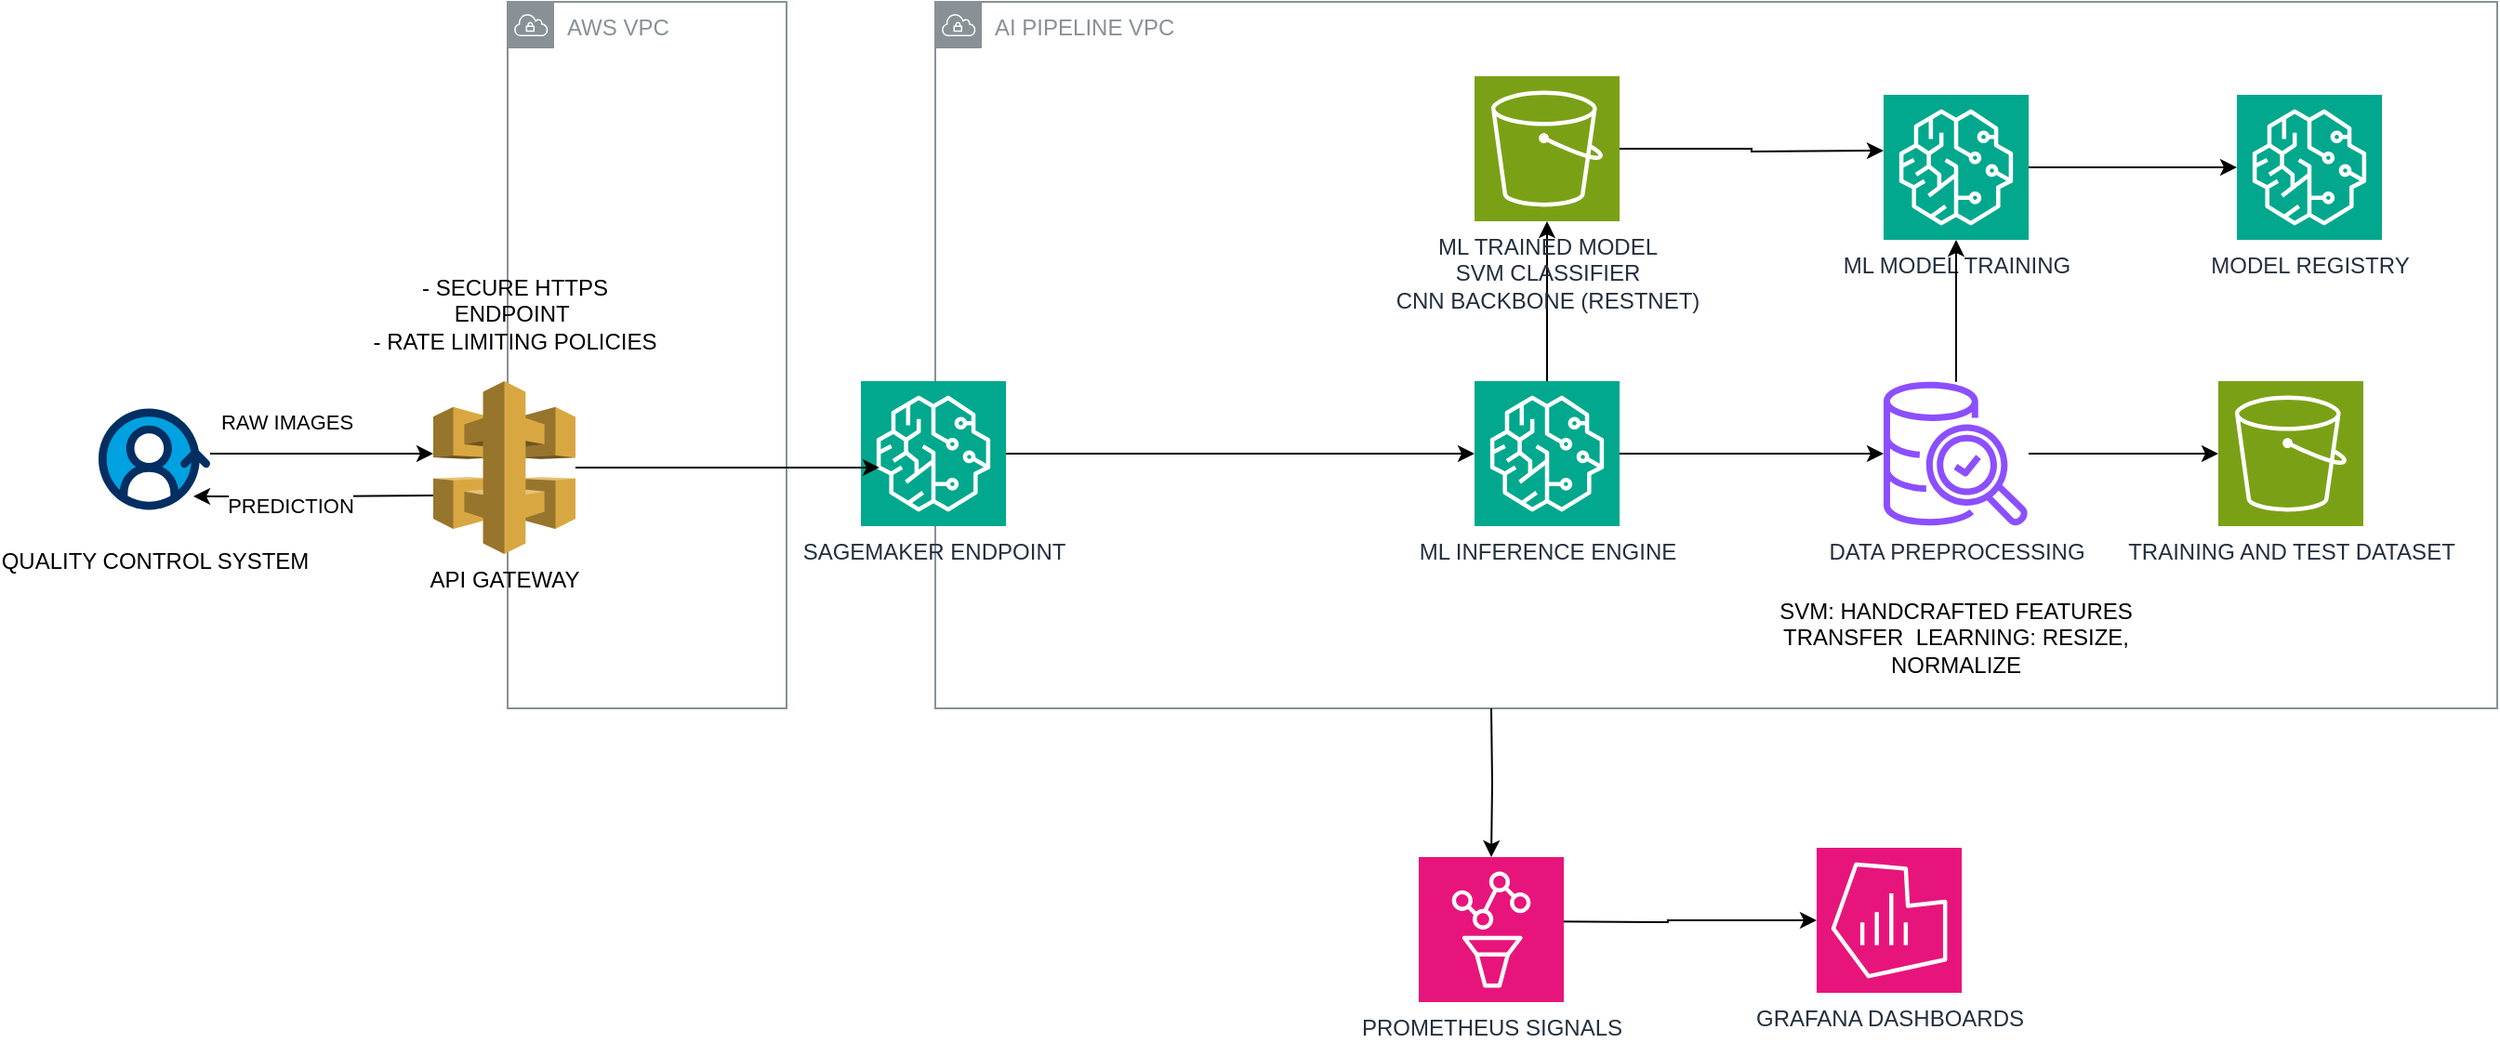
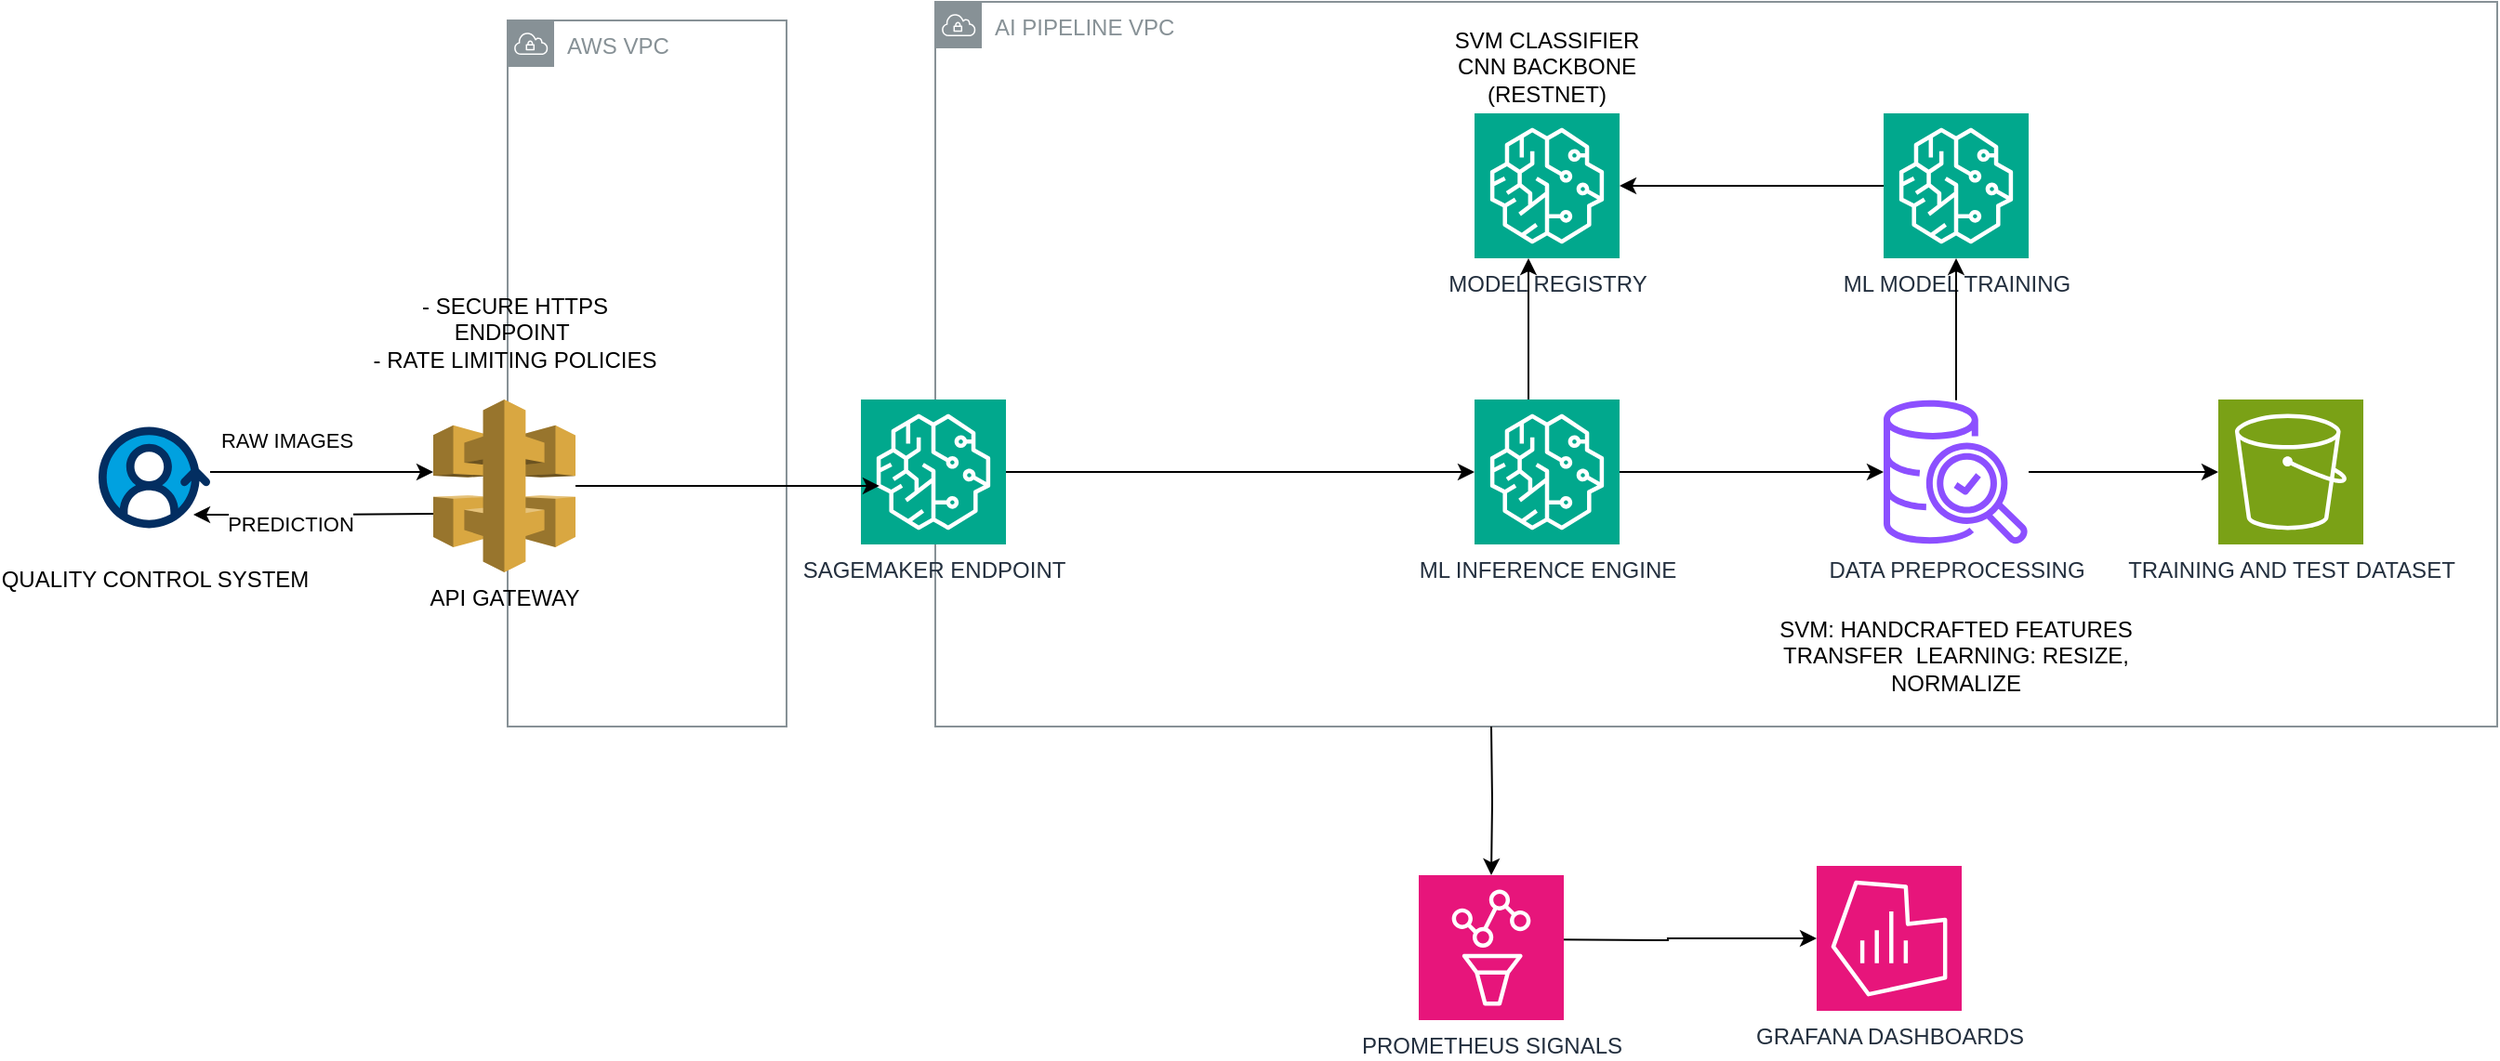
<mxfile host="app.diagrams.net">
  <diagram name="Page-1" id="hEYgBLBoZn8GvoCW3pwb">
    <mxGraphModel dx="2165" dy="844" grid="1" gridSize="10" guides="1" tooltips="1" connect="1" arrows="1" fold="1" page="1" pageScale="1" pageWidth="827" pageHeight="1169" math="0" shadow="0">
      <root>
        <mxCell id="0" />
        <mxCell id="1" parent="0" />
        <mxCell id="B6NXUkkEmoZpNjY4SoPp-3" parent="1" style="sketch=0;outlineConnect=0;gradientColor=none;html=1;whiteSpace=wrap;fontSize=12;fontStyle=0;shape=mxgraph.aws4.group;grIcon=mxgraph.aws4.group_vpc;strokeColor=#879196;fillColor=none;verticalAlign=top;align=left;spacingLeft=30;fontColor=#879196;dashed=0;" value="AI PIPELINE VPC" vertex="1">
-           <mxGeometry height="380" width="840" x="250" y="150" as="geometry" />
+           <mxGeometry height="390" width="840" x="250" y="140" as="geometry" />
        </mxCell>
        <mxCell id="B6NXUkkEmoZpNjY4SoPp-4" parent="1" style="sketch=0;outlineConnect=0;gradientColor=none;html=1;whiteSpace=wrap;fontSize=12;fontStyle=0;shape=mxgraph.aws4.group;grIcon=mxgraph.aws4.group_vpc;strokeColor=#879196;fillColor=none;verticalAlign=top;align=left;spacingLeft=30;fontColor=#879196;dashed=0;" value="AWS VPC" vertex="1">
          <mxGeometry height="380" width="150" x="20" y="150" as="geometry" />
        </mxCell>
        <mxCell id="B6NXUkkEmoZpNjY4SoPp-14" edge="1" parent="1" source="Btv_CyVeGUCVNPXlEjLH-3" style="edgeStyle=orthogonalEdgeStyle;rounded=0;orthogonalLoop=1;jettySize=auto;html=1;" target="Btv_CyVeGUCVNPXlEjLH-4">
          <mxGeometry relative="1" as="geometry" />
        </mxCell>
        <mxCell id="Btv_CyVeGUCVNPXlEjLH-3" parent="1" style="sketch=0;points=[[0,0,0],[0.25,0,0],[0.5,0,0],[0.75,0,0],[1,0,0],[0,1,0],[0.25,1,0],[0.5,1,0],[0.75,1,0],[1,1,0],[0,0.25,0],[0,0.5,0],[0,0.75,0],[1,0.25,0],[1,0.5,0],[1,0.75,0]];outlineConnect=0;fontColor=#232F3E;fillColor=#01A88D;strokeColor=#ffffff;dashed=0;verticalLabelPosition=bottom;verticalAlign=top;align=center;html=1;fontSize=12;fontStyle=0;aspect=fixed;shape=mxgraph.aws4.resourceIcon;resIcon=mxgraph.aws4.sagemaker;" value="SAGEMAKER ENDPOINT" vertex="1">
          <mxGeometry height="78" width="78" x="210" y="354" as="geometry" />
        </mxCell>
-         <mxCell id="Btv_CyVeGUCVNPXlEjLH-6" edge="1" parent="1" source="Btv_CyVeGUCVNPXlEjLH-4" style="edgeStyle=orthogonalEdgeStyle;rounded=0;orthogonalLoop=1;jettySize=auto;html=1;" target="Btv_CyVeGUCVNPXlEjLH-5">
-           <mxGeometry relative="1" as="geometry" />
-         </mxCell>
        <mxCell id="QOAty2faikMBdoic1XQ0-1" edge="1" parent="1" source="Btv_CyVeGUCVNPXlEjLH-4" style="edgeStyle=orthogonalEdgeStyle;rounded=0;orthogonalLoop=1;jettySize=auto;html=1;" target="Btv_CyVeGUCVNPXlEjLH-10">
          <mxGeometry relative="1" as="geometry" />
        </mxCell>
+         <mxCell id="QOAty2faikMBdoic1XQ0-5" edge="1" parent="1" style="edgeStyle=orthogonalEdgeStyle;rounded=0;orthogonalLoop=1;jettySize=auto;html=1;">
+           <mxGeometry relative="1" as="geometry">
+             <mxPoint x="569" y="354" as="sourcePoint" />
+             <mxPoint x="569" y="278" as="targetPoint" />
+           </mxGeometry>
+         </mxCell>
        <mxCell id="Btv_CyVeGUCVNPXlEjLH-4" parent="1" style="sketch=0;points=[[0,0,0],[0.25,0,0],[0.5,0,0],[0.75,0,0],[1,0,0],[0,1,0],[0.25,1,0],[0.5,1,0],[0.75,1,0],[1,1,0],[0,0.25,0],[0,0.5,0],[0,0.75,0],[1,0.25,0],[1,0.5,0],[1,0.75,0]];outlineConnect=0;fontColor=#232F3E;fillColor=#01A88D;strokeColor=#ffffff;dashed=0;verticalLabelPosition=bottom;verticalAlign=top;align=center;html=1;fontSize=12;fontStyle=0;aspect=fixed;shape=mxgraph.aws4.resourceIcon;resIcon=mxgraph.aws4.sagemaker;" value="ML INFERENCE ENGINE" vertex="1">
          <mxGeometry height="78" width="78" x="540" y="354" as="geometry" />
-         </mxCell>
-         <mxCell id="Btv_CyVeGUCVNPXlEjLH-5" parent="1" style="sketch=0;points=[[0,0,0],[0.25,0,0],[0.5,0,0],[0.75,0,0],[1,0,0],[0,1,0],[0.25,1,0],[0.5,1,0],[0.75,1,0],[1,1,0],[0,0.25,0],[0,0.5,0],[0,0.75,0],[1,0.25,0],[1,0.5,0],[1,0.75,0]];outlineConnect=0;fontColor=#232F3E;fillColor=#7AA116;strokeColor=#ffffff;dashed=0;verticalLabelPosition=bottom;verticalAlign=top;align=center;html=1;fontSize=12;fontStyle=0;aspect=fixed;shape=mxgraph.aws4.resourceIcon;resIcon=mxgraph.aws4.s3;" value="&lt;div&gt;ML TRAINED MODEL&lt;/div&gt;&lt;div&gt;SVM CLASSIFIER&lt;/div&gt;&lt;div&gt;CNN BACKBONE (RESTNET)&lt;/div&gt;" vertex="1">
-           <mxGeometry height="78" width="78" x="540" y="190" as="geometry" />
        </mxCell>
        <mxCell id="B6NXUkkEmoZpNjY4SoPp-16" edge="1" parent="1" source="Btv_CyVeGUCVNPXlEjLH-8" style="edgeStyle=orthogonalEdgeStyle;rounded=0;orthogonalLoop=1;jettySize=auto;html=1;" target="B6NXUkkEmoZpNjY4SoPp-15">
          <mxGeometry relative="1" as="geometry" />
        </mxCell>
        <mxCell id="Btv_CyVeGUCVNPXlEjLH-8" parent="1" style="sketch=0;points=[[0,0,0],[0.25,0,0],[0.5,0,0],[0.75,0,0],[1,0,0],[0,1,0],[0.25,1,0],[0.5,1,0],[0.75,1,0],[1,1,0],[0,0.25,0],[0,0.5,0],[0,0.75,0],[1,0.25,0],[1,0.5,0],[1,0.75,0]];outlineConnect=0;fontColor=#232F3E;fillColor=#01A88D;strokeColor=#ffffff;dashed=0;verticalLabelPosition=bottom;verticalAlign=top;align=center;html=1;fontSize=12;fontStyle=0;aspect=fixed;shape=mxgraph.aws4.resourceIcon;resIcon=mxgraph.aws4.sagemaker;" value="ML MODEL TRAINING" vertex="1">
          <mxGeometry height="78" width="78" x="760" y="200" as="geometry" />
-         </mxCell>
-         <mxCell id="Btv_CyVeGUCVNPXlEjLH-9" edge="1" parent="1" source="Btv_CyVeGUCVNPXlEjLH-5" style="edgeStyle=orthogonalEdgeStyle;rounded=0;orthogonalLoop=1;jettySize=auto;html=1;">
-           <mxGeometry relative="1" as="geometry">
-             <mxPoint x="760" y="230" as="targetPoint" />
-           </mxGeometry>
        </mxCell>
        <mxCell id="Btv_CyVeGUCVNPXlEjLH-16" edge="1" parent="1" source="Btv_CyVeGUCVNPXlEjLH-10" style="edgeStyle=orthogonalEdgeStyle;rounded=0;orthogonalLoop=1;jettySize=auto;html=1;" target="Btv_CyVeGUCVNPXlEjLH-15">
          <mxGeometry relative="1" as="geometry" />
        </mxCell>
        <mxCell id="Btv_CyVeGUCVNPXlEjLH-10" parent="1" style="sketch=0;outlineConnect=0;fontColor=#232F3E;gradientColor=none;fillColor=#8C4FFF;strokeColor=none;dashed=0;verticalLabelPosition=bottom;verticalAlign=top;align=center;html=1;fontSize=12;fontStyle=0;aspect=fixed;pointerEvents=1;shape=mxgraph.aws4.aws_glue_data_quality;" value="DATA PREPROCESSING" vertex="1">
          <mxGeometry height="78" width="78" x="760" y="354" as="geometry" />
        </mxCell>
        <mxCell id="Btv_CyVeGUCVNPXlEjLH-11" edge="1" parent="1" source="Btv_CyVeGUCVNPXlEjLH-10" style="edgeStyle=orthogonalEdgeStyle;rounded=0;orthogonalLoop=1;jettySize=auto;html=1;entryX=0.5;entryY=1;entryDx=0;entryDy=0;entryPerimeter=0;" target="Btv_CyVeGUCVNPXlEjLH-8">
          <mxGeometry relative="1" as="geometry" />
        </mxCell>
        <mxCell id="Btv_CyVeGUCVNPXlEjLH-12" parent="1" style="verticalLabelPosition=bottom;aspect=fixed;html=1;shape=mxgraph.salesforce.customer_360;fillColor=none;strokeColor=none;" value="QUALITY CONTROL SYSTEM" vertex="1">
          <mxGeometry height="54.6" width="60" x="-200" y="368.7" as="geometry" />
        </mxCell>
        <mxCell id="Btv_CyVeGUCVNPXlEjLH-15" parent="1" style="sketch=0;points=[[0,0,0],[0.25,0,0],[0.5,0,0],[0.75,0,0],[1,0,0],[0,1,0],[0.25,1,0],[0.5,1,0],[0.75,1,0],[1,1,0],[0,0.25,0],[0,0.5,0],[0,0.75,0],[1,0.25,0],[1,0.5,0],[1,0.75,0]];outlineConnect=0;fontColor=#232F3E;fillColor=#7AA116;strokeColor=#ffffff;dashed=0;verticalLabelPosition=bottom;verticalAlign=top;align=center;html=1;fontSize=12;fontStyle=0;aspect=fixed;shape=mxgraph.aws4.resourceIcon;resIcon=mxgraph.aws4.s3;" value="TRAINING AND TEST DATASET" vertex="1">
          <mxGeometry height="78" width="78" x="940" y="354" as="geometry" />
        </mxCell>
        <mxCell id="Btv_CyVeGUCVNPXlEjLH-21" parent="1" style="sketch=0;points=[[0,0,0],[0.25,0,0],[0.5,0,0],[0.75,0,0],[1,0,0],[0,1,0],[0.25,1,0],[0.5,1,0],[0.75,1,0],[1,1,0],[0,0.25,0],[0,0.5,0],[0,0.75,0],[1,0.25,0],[1,0.5,0],[1,0.75,0]];points=[[0,0,0],[0.25,0,0],[0.5,0,0],[0.75,0,0],[1,0,0],[0,1,0],[0.25,1,0],[0.5,1,0],[0.75,1,0],[1,1,0],[0,0.25,0],[0,0.5,0],[0,0.75,0],[1,0.25,0],[1,0.5,0],[1,0.75,0]];outlineConnect=0;fontColor=#232F3E;fillColor=#E7157B;strokeColor=#ffffff;dashed=0;verticalLabelPosition=bottom;verticalAlign=top;align=center;html=1;fontSize=12;fontStyle=0;aspect=fixed;shape=mxgraph.aws4.resourceIcon;resIcon=mxgraph.aws4.managed_service_for_grafana;" value="GRAFANA DASHBOARDS" vertex="1">
          <mxGeometry height="78" width="78" x="724" y="605" as="geometry" />
        </mxCell>
        <mxCell id="Btv_CyVeGUCVNPXlEjLH-24" edge="1" parent="1" style="edgeStyle=orthogonalEdgeStyle;rounded=0;orthogonalLoop=1;jettySize=auto;html=1;" target="Btv_CyVeGUCVNPXlEjLH-21">
          <mxGeometry relative="1" as="geometry">
            <mxPoint x="562.9000000000001" y="644.5" as="sourcePoint" />
          </mxGeometry>
        </mxCell>
        <mxCell id="Btv_CyVeGUCVNPXlEjLH-23" edge="1" parent="1" style="edgeStyle=orthogonalEdgeStyle;rounded=0;orthogonalLoop=1;jettySize=auto;html=1;entryX=0.5;entryY=0;entryDx=0;entryDy=0;entryPerimeter=0;" target="Btv_CyVeGUCVNPXlEjLH-25">
          <mxGeometry relative="1" as="geometry">
            <mxPoint x="549" y="530" as="sourcePoint" />
            <mxPoint x="548.9634999999998" y="631.9804999999999" as="targetPoint" />
          </mxGeometry>
        </mxCell>
        <mxCell id="Btv_CyVeGUCVNPXlEjLH-25" parent="1" style="sketch=0;points=[[0,0,0],[0.25,0,0],[0.5,0,0],[0.75,0,0],[1,0,0],[0,1,0],[0.25,1,0],[0.5,1,0],[0.75,1,0],[1,1,0],[0,0.25,0],[0,0.5,0],[0,0.75,0],[1,0.25,0],[1,0.5,0],[1,0.75,0]];points=[[0,0,0],[0.25,0,0],[0.5,0,0],[0.75,0,0],[1,0,0],[0,1,0],[0.25,1,0],[0.5,1,0],[0.75,1,0],[1,1,0],[0,0.25,0],[0,0.5,0],[0,0.75,0],[1,0.25,0],[1,0.5,0],[1,0.75,0]];outlineConnect=0;fontColor=#232F3E;fillColor=#E7157B;strokeColor=#ffffff;dashed=0;verticalLabelPosition=bottom;verticalAlign=top;align=center;html=1;fontSize=12;fontStyle=0;aspect=fixed;shape=mxgraph.aws4.resourceIcon;resIcon=mxgraph.aws4.managed_service_for_prometheus;" value="PROMETHEUS SIGNALS" vertex="1">
          <mxGeometry height="78" width="78" x="510" y="610" as="geometry" />
        </mxCell>
        <mxCell id="B6NXUkkEmoZpNjY4SoPp-6" edge="1" parent="1" source="Btv_CyVeGUCVNPXlEjLH-12" style="edgeStyle=orthogonalEdgeStyle;rounded=0;orthogonalLoop=1;jettySize=auto;html=1;" target="B6NXUkkEmoZpNjY4SoPp-5" value="">
          <mxGeometry relative="1" as="geometry">
            <Array as="points">
              <mxPoint x="-40" y="393" />
              <mxPoint x="-40" y="393" />
            </Array>
            <mxPoint x="-100" y="393" as="sourcePoint" />
            <mxPoint x="229" y="386" as="targetPoint" />
          </mxGeometry>
        </mxCell>
        <mxCell id="B6NXUkkEmoZpNjY4SoPp-7" connectable="0" parent="B6NXUkkEmoZpNjY4SoPp-6" style="edgeLabel;html=1;align=center;verticalAlign=middle;resizable=0;points=[];" value="RAW IMAGES" vertex="1">
          <mxGeometry relative="1" x="-0.3186" y="-4" as="geometry">
            <mxPoint y="-21" as="offset" />
          </mxGeometry>
        </mxCell>
        <mxCell id="B6NXUkkEmoZpNjY4SoPp-5" parent="1" style="outlineConnect=0;dashed=0;verticalLabelPosition=bottom;verticalAlign=top;align=center;html=1;shape=mxgraph.aws3.api_gateway;fillColor=#D9A741;gradientColor=none;" value="API GATEWAY" vertex="1">
          <mxGeometry height="93" width="76.5" x="-20" y="354" as="geometry" />
        </mxCell>
        <mxCell id="B6NXUkkEmoZpNjY4SoPp-9" edge="1" parent="1" style="edgeStyle=orthogonalEdgeStyle;rounded=0;orthogonalLoop=1;jettySize=auto;html=1;entryX=0.85;entryY=0.592;entryDx=0;entryDy=0;entryPerimeter=0;">
          <mxGeometry relative="1" as="geometry">
            <mxPoint x="-20" y="415.5" as="sourcePoint" />
            <mxPoint x="-149" y="416.0036039562067" as="targetPoint" />
          </mxGeometry>
        </mxCell>
        <mxCell id="B6NXUkkEmoZpNjY4SoPp-10" connectable="0" parent="B6NXUkkEmoZpNjY4SoPp-9" style="edgeLabel;html=1;align=center;verticalAlign=middle;resizable=0;points=[];" value="PREDICTION" vertex="1">
          <mxGeometry relative="1" x="0.1971" y="4" as="geometry">
            <mxPoint as="offset" />
          </mxGeometry>
        </mxCell>
        <mxCell id="B6NXUkkEmoZpNjY4SoPp-11" parent="1" style="text;html=1;whiteSpace=wrap;strokeColor=none;fillColor=none;align=center;verticalAlign=middle;rounded=0;" value="- SECURE HTTPS ENDPOINT&amp;nbsp;&lt;div&gt;- RATE LIMITING POLICIES&lt;/div&gt;" vertex="1">
          <mxGeometry height="100" width="168.25" x="-60" y="268" as="geometry" />
        </mxCell>
        <mxCell id="B6NXUkkEmoZpNjY4SoPp-12" edge="1" parent="1" source="B6NXUkkEmoZpNjY4SoPp-5" style="edgeStyle=orthogonalEdgeStyle;rounded=0;orthogonalLoop=1;jettySize=auto;html=1;entryX=0.128;entryY=0.596;entryDx=0;entryDy=0;entryPerimeter=0;" target="Btv_CyVeGUCVNPXlEjLH-3">
          <mxGeometry relative="1" as="geometry" />
        </mxCell>
-         <mxCell id="B6NXUkkEmoZpNjY4SoPp-15" parent="1" style="sketch=0;points=[[0,0,0],[0.25,0,0],[0.5,0,0],[0.75,0,0],[1,0,0],[0,1,0],[0.25,1,0],[0.5,1,0],[0.75,1,0],[1,1,0],[0,0.25,0],[0,0.5,0],[0,0.75,0],[1,0.25,0],[1,0.5,0],[1,0.75,0]];outlineConnect=0;fontColor=#232F3E;fillColor=#01A88D;strokeColor=#ffffff;dashed=0;verticalLabelPosition=bottom;verticalAlign=top;align=center;html=1;fontSize=12;fontStyle=0;aspect=fixed;shape=mxgraph.aws4.resourceIcon;resIcon=mxgraph.aws4.sagemaker;" value="MODEL REGISTRY" vertex="1">
-           <mxGeometry height="78" width="78" x="950" y="200" as="geometry" />
+         <mxCell id="B6NXUkkEmoZpNjY4SoPp-15" parent="1" style="sketch=0;points=[[0,0,0],[0.25,0,0],[0.5,0,0],[0.75,0,0],[1,0,0],[0,1,0],[0.25,1,0],[0.5,1,0],[0.75,1,0],[1,1,0],[0,0.25,0],[0,0.5,0],[0,0.75,0],[1,0.25,0],[1,0.5,0],[1,0.75,0]];outlineConnect=0;fontColor=#232F3E;fillColor=#01A88D;strokeColor=#ffffff;dashed=0;verticalLabelPosition=bottom;verticalAlign=top;align=center;html=1;fontSize=12;fontStyle=0;aspect=fixed;shape=mxgraph.aws4.resourceIcon;resIcon=mxgraph.aws4.sagemaker;" value="&lt;div&gt;MODEL REGISTRY&lt;/div&gt;" vertex="1">
+           <mxGeometry height="78" width="78" x="540" y="200" as="geometry" />
        </mxCell>
        <mxCell id="B6NXUkkEmoZpNjY4SoPp-18" parent="1" style="text;html=1;whiteSpace=wrap;strokeColor=none;fillColor=none;align=center;verticalAlign=middle;rounded=0;" value="&lt;div&gt;SVM: HANDCRAFTED FEATURES&lt;/div&gt;&lt;div&gt;TRANSFER&amp;nbsp; LEARNING: RESIZE, NORMALIZE&lt;/div&gt;" vertex="1">
          <mxGeometry height="90" width="200" x="699" y="447" as="geometry" />
+         </mxCell>
+         <mxCell id="QOAty2faikMBdoic1XQ0-3" parent="1" style="text;html=1;whiteSpace=wrap;strokeColor=none;fillColor=none;align=center;verticalAlign=middle;rounded=0;" value="SVM CLASSIFIER&lt;div&gt;CNN BACKBONE (RESTNET)&lt;/div&gt;" vertex="1">
+           <mxGeometry height="30" width="130" x="514" y="160" as="geometry" />
        </mxCell>
      </root>
    </mxGraphModel>
  </diagram>
</mxfile>
